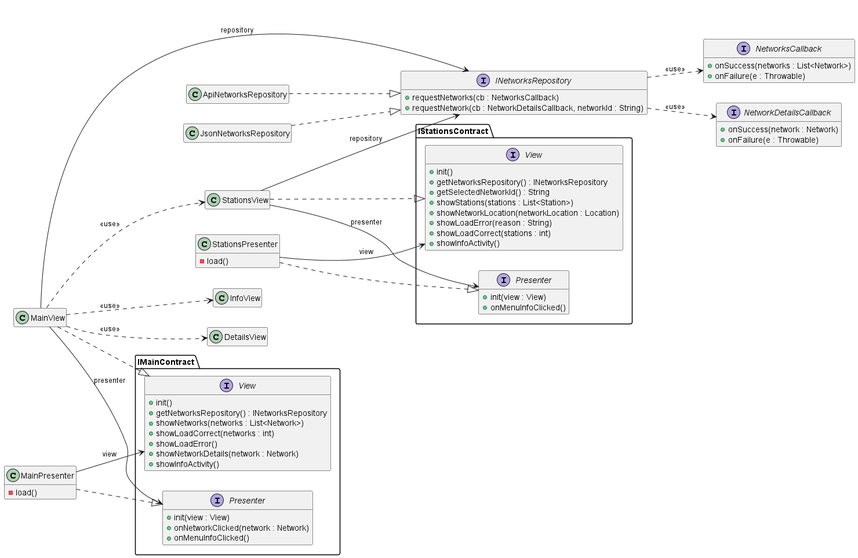
This is Docs/Models/architecture.png from isunican/App-Bicis-Grupo2, a PlantUML export, as it was before one commit.
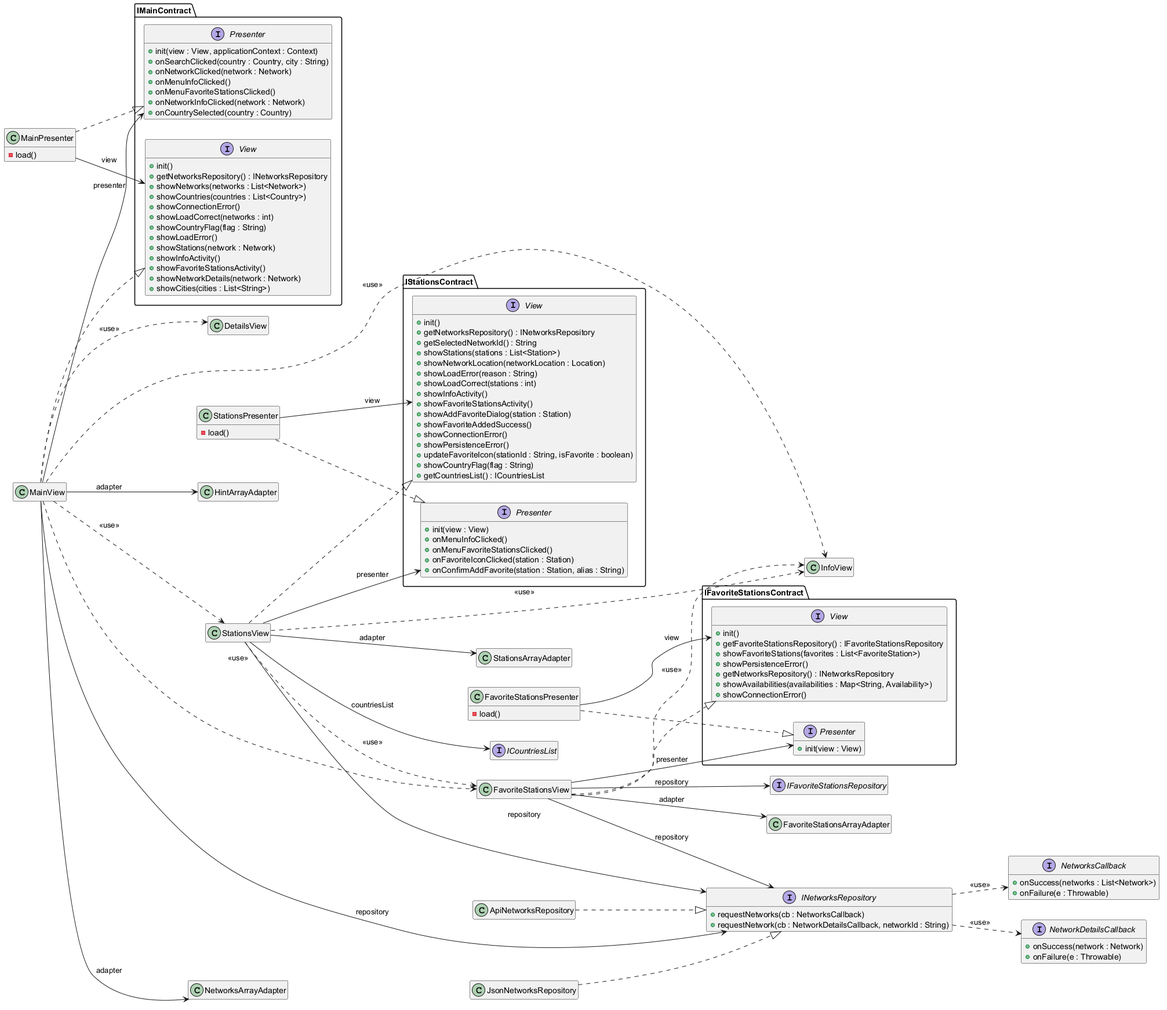
Later version of the same file.

Change to the diagram source:
```diff
@@ -8,12 +8,24 @@
 MainView --> IMainContract.Presenter : presenter
 MainPresenter --> IMainContract.View : view
 MainView --> INetworksRepository : repository
+MainView --> NetworksArrayAdapter : adapter
+MainView --> HintArrayAdapter : adapter
 
 StationsView ..|> IStationsContract.View
 StationsPresenter ..|> IStationsContract.Presenter
 StationsView --> IStationsContract.Presenter : presenter
 StationsPresenter --> IStationsContract.View : view
 StationsView --> INetworksRepository : repository
+StationsView --> ICountriesList : countriesList
+StationsView --> StationsArrayAdapter : adapter
+
+FavoriteStationsView ..|> IFavoriteStationsContract.View
+FavoriteStationsPresenter ..|> IFavoriteStationsContract.Presenter
+FavoriteStationsView --> IFavoriteStationsContract.Presenter : presenter
+FavoriteStationsPresenter --> IFavoriteStationsContract.View : view
+FavoriteStationsView --> INetworksRepository : repository
+FavoriteStationsView --> IFavoriteStationsRepository : repository
+FavoriteStationsView --> FavoriteStationsArrayAdapter : adapter
 
 ApiNetworksRepository ..|> INetworksRepository
 JsonNetworksRepository ..|> INetworksRepository
@@ -21,6 +33,13 @@
 MainView ..> InfoView : <<use>>
 MainView ..> DetailsView : <<use>>
 MainView ..> StationsView : <<use>>
+MainView ..> FavoriteStationsView : <<use>>
+
+StationsView ..> InfoView : <<use>>
+StationsView ..> FavoriteStationsView : <<use>>
+
+FavoriteStationsView ..> InfoView : <<use>>
+
 INetworksRepository ..> NetworksCallback : <<use>>
 INetworksRepository ..> NetworkDetailsCallback : <<use>>
 
@@ -28,11 +47,20 @@
 class MainPresenter {
 - load()
 }
+class NetworksArrayAdapter
+class HintArrayAdapter
 
 class StationsView
 class StationsPresenter {
 - load()
 }
+class StationsArrayAdapter
+
+class FavoriteStationsView
+class FavoriteStationsPresenter {
+- load()
+}
+class FavoriteStationsArrayAdapter
 
 class InfoView
 class DetailsView
@@ -43,16 +71,26 @@
     + init()
     + getNetworksRepository() : INetworksRepository
     + showNetworks(networks : List<Network>)
+    + showCountries(countries : List<Country>)
+    + showConnectionError()
     + showLoadCorrect(networks : int)
+    + showCountryFlag(flag : String)
     + showLoadError()
+    + showStations(network : Network)
+    + showInfoActivity()
+    + showFavoriteStationsActivity()
     + showNetworkDetails(network : Network)
-    + showInfoActivity()
+    + showCities(cities : List<String>)
 }
 
 interface IMainContract.Presenter {
-    + init(view : View)
+    + init(view : View, applicationContext : Context)
+    + onSearchClicked(country : Country, city : String)
     + onNetworkClicked(network : Network)
     + onMenuInfoClicked()
+    + onMenuFavoriteStationsClicked()
+    + onNetworkInfoClicked(network : Network)
+    + onCountrySelected(country : Country)
 }
 
 interface IStationsContract.View {
@@ -64,17 +102,45 @@
     + showLoadError(reason : String)
     + showLoadCorrect(stations : int)
     + showInfoActivity()
+    + showFavoriteStationsActivity()
+    + showAddFavoriteDialog(station : Station)
+    + showFavoriteAddedSuccess()
+    + showConnectionError()
+    + showPersistenceError()
+    + updateFavoriteIcon(stationId : String, isFavorite : boolean)
+    + showCountryFlag(flag : String)
+    + getCountriesList() : ICountriesList
 }
 
 interface IStationsContract.Presenter {
     + init(view : View)
     + onMenuInfoClicked()
+    + onMenuFavoriteStationsClicked()
+    + onFavoriteIconClicked(station : Station)
+    + onConfirmAddFavorite(station : Station, alias : String)
+}
+
+interface IFavoriteStationsContract.View {
+    + init()
+    + getFavoriteStationsRepository() : IFavoriteStationsRepository
+    + showFavoriteStations(favorites : List<FavoriteStation>)
+    + showPersistenceError()
+    + getNetworksRepository() : INetworksRepository
+    + showAvailabilities(availabilities : Map<String, Availability>)
+    + showConnectionError()
+}
+
+interface IFavoriteStationsContract.Presenter {
+    + init(view : View)
 }
 
 interface INetworksRepository {
     + requestNetworks(cb : NetworksCallback)
     + requestNetwork(cb : NetworkDetailsCallback, networkId : String)
 }
+
+interface IFavoriteStationsRepository
+interface ICountriesList
 
 interface NetworksCallback {
     + onSuccess(networks : List<Network>)
```
